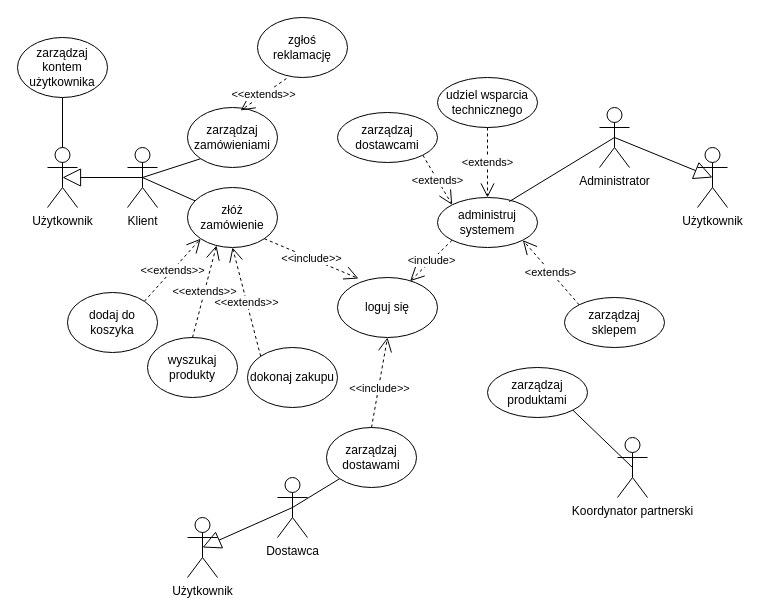
Tarik-Alaiwi-dev/psi keeps this draw.io diagram as DPU-przypadki/Diagram bez tytułu.drawio. Above is the earlier version. Source tidied: cells renumbered, new cells numbered last; positions are measured from the earlier drawing's top-left corner, leaving out a move shared by most shapes. Both pictures are drawn from the tidied source at 100%, with x=0, y=0 at pixel (17, 17).
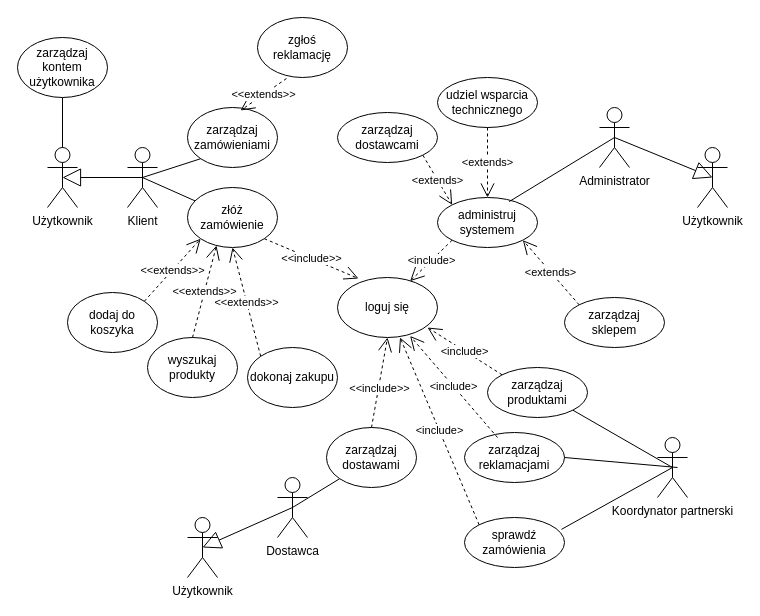
The same page after the edit.

Unchanged cells that the change refers to:
```xml
<mxCell id="2" value="loguj się" style="ellipse;whiteSpace=wrap;html=1;" parent="1" vertex="1">
  <mxGeometry x="320" y="260" width="100" height="60" as="geometry" />
</mxCell>
<mxCell id="36" value="zarządzaj produktami" style="ellipse;whiteSpace=wrap;html=1;" parent="1" vertex="1">
  <mxGeometry x="470" y="350" width="100" height="50" as="geometry" />
</mxCell>
```

The edit, as a diff of the source:
```diff
@@
     <mxCell id="3" value="Koordynator partnerski&lt;div&gt;&lt;br&gt;&lt;/div&gt;" style="shape=umlActor;verticalLabelPosition=bottom;verticalAlign=top;html=1;outlineConnect=0;" parent="1" vertex="1">
-      <mxGeometry x="600" y="420" width="30" height="60" as="geometry" />
+      <mxGeometry x="640" y="420" width="30" height="60" as="geometry" />
     </mxCell>
@@
+    <mxCell id="43" value="zarządzaj reklamacjami" style="ellipse;whiteSpace=wrap;html=1;" parent="1" vertex="1">
+      <mxGeometry x="447" y="415" width="100" height="50" as="geometry" />
+    </mxCell>
+    <mxCell id="44" value="sprawdź zamówienia" style="ellipse;whiteSpace=wrap;html=1;" parent="1" vertex="1">
+      <mxGeometry x="447" y="500" width="100" height="50" as="geometry" />
+    </mxCell>
+    <mxCell id="45" style="endArrow=none;html=1;rounded=0;strokeColor=default;align=center;verticalAlign=middle;fontFamily=Helvetica;fontSize=11;fontColor=default;labelBackgroundColor=default;entryX=1;entryY=0.5;entryDx=0;entryDy=0;exitX=0.667;exitY=0.5;exitDx=0;exitDy=0;exitPerimeter=0;" parent="1" edge="1" source="3" target="43">
+      <mxGeometry relative="1" as="geometry" />
+    </mxCell>
+    <mxCell id="46" style="endArrow=none;html=1;rounded=0;strokeColor=default;align=center;verticalAlign=middle;fontFamily=Helvetica;fontSize=11;fontColor=default;labelBackgroundColor=default;entryX=0.969;entryY=0.238;entryDx=0;entryDy=0;entryPerimeter=0;exitX=0.5;exitY=0.5;exitDx=0;exitDy=0;exitPerimeter=0;" parent="1" edge="1" source="3" target="44">
+      <mxGeometry relative="1" as="geometry" />
+    </mxCell>
+    <mxCell id="47" value="&amp;lt;include&amp;gt;" style="endArrow=open;endSize=12;dashed=1;html=1;rounded=0;exitX=0;exitY=0;exitDx=0;exitDy=0;" parent="1" edge="1" source="36">
+      <mxGeometry relative="1" as="geometry">
+        <mxPoint x="410" y="310" as="targetPoint" />
+      </mxGeometry>
+    </mxCell>
+    <mxCell id="48" value="&amp;lt;include&amp;gt;" style="endArrow=open;endSize=12;dashed=1;html=1;rounded=0;entryX=0.726;entryY=0.974;entryDx=0;entryDy=0;entryPerimeter=0;exitX=0.33;exitY=0.1;exitDx=0;exitDy=0;exitPerimeter=0;" parent="1" edge="1" source="43" target="2">
+      <mxGeometry relative="1" as="geometry" />
+    </mxCell>
+    <mxCell id="49" value="&amp;lt;include&amp;gt;" style="endArrow=open;endSize=12;dashed=1;html=1;rounded=0;entryX=0.625;entryY=0.998;entryDx=0;entryDy=0;entryPerimeter=0;exitX=0;exitY=0;exitDx=0;exitDy=0;" parent="1" edge="1" source="44" target="2">
+      <mxGeometry relative="1" as="geometry" />
+    </mxCell>
```
